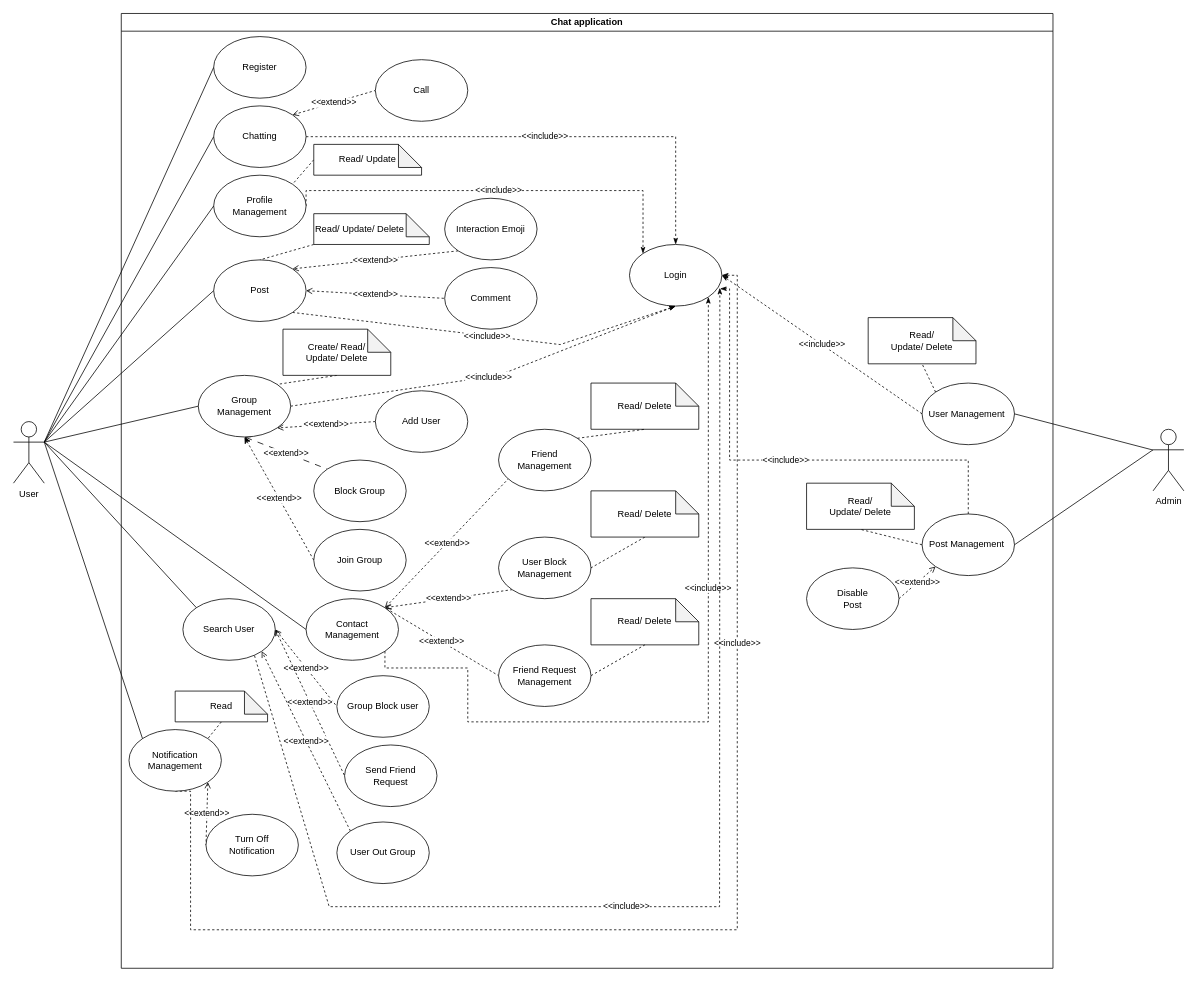
Above: page "Page-1" (1 of 2) of docs/Use Case Diagram/UC-Chatapp.drawio in Carl-Johnsons/Chat-Application (draw.io), before the change. Source tidied: cells renumbered, new cells numbered last; positions are measured from the earlier drawing's top-left corner, leaving out a move shared by most shapes. Both pictures are drawn from the tidied source at 77%, with x=0, y=0 at pixel (13, 13).
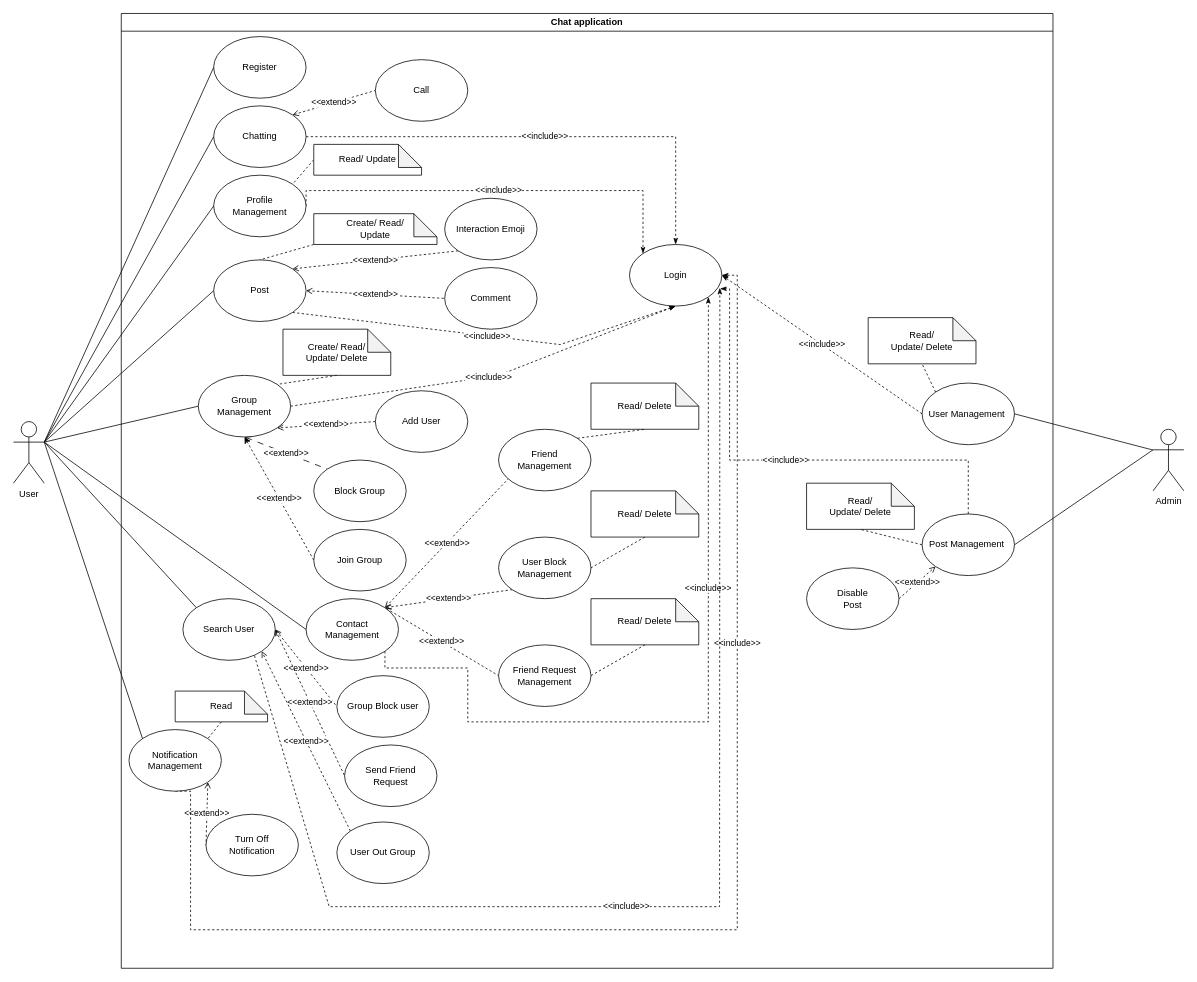
Above is the later version.

The change refers to these unchanged cells:
```xml
<mxCell id="2" value="Chat application" style="swimlane;whiteSpace=wrap;html=1;" parent="1" vertex="1">
  <mxGeometry x="140" width="1210" height="1240" as="geometry" />
</mxCell>
```

What changed in the source:
```diff
@@
-    <mxCell id="43" value="Read/&amp;nbsp;&lt;span style=&quot;background-color: initial;&quot;&gt;Update/ Delete&lt;/span&gt;" style="shape=note;whiteSpace=wrap;html=1;backgroundOutline=1;darkOpacity=0.05;align=left;" parent="2" vertex="1">
-      <mxGeometry x="250" y="260" width="150" height="40" as="geometry" />
+    <mxCell id="43" value="Create/ Read/&lt;div&gt;&lt;span style=&quot;background-color: initial;&quot;&gt;Update&lt;/span&gt;&lt;/div&gt;" style="shape=note;whiteSpace=wrap;html=1;backgroundOutline=1;darkOpacity=0.05;align=center;" parent="2" vertex="1">
+      <mxGeometry x="250" y="260" width="160" height="40" as="geometry" />
     </mxCell>
```
